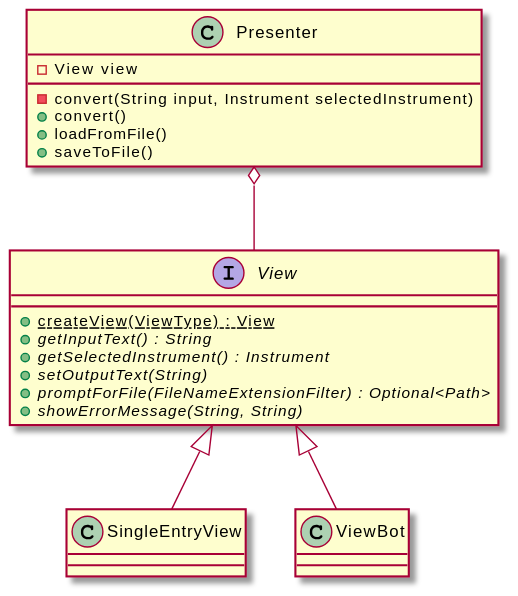
ahopk127/eecs2311-tab2xml keeps this PlantUML diagram as Documentation/frontend-class-diagram.svg. Above is the earlier version.
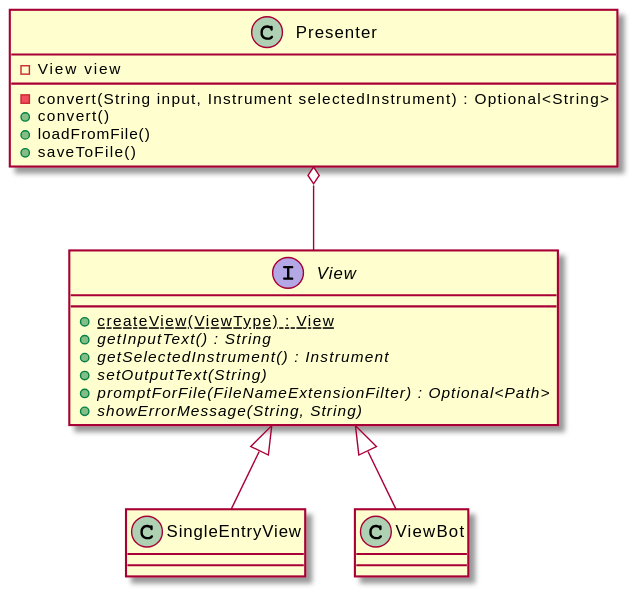
The same file after the commit.

Commit message:
Slight improvements to UML diagrams

Change to the diagram source:
```diff
@@ -11,7 +11,7 @@
 class Presenter {
   -View view
 
-  -convert(String input, Instrument selectedInstrument)
+  -convert(String input, Instrument selectedInstrument) : Optional<String>
   +convert()
   +loadFromFile()
   +saveToFile()
```
